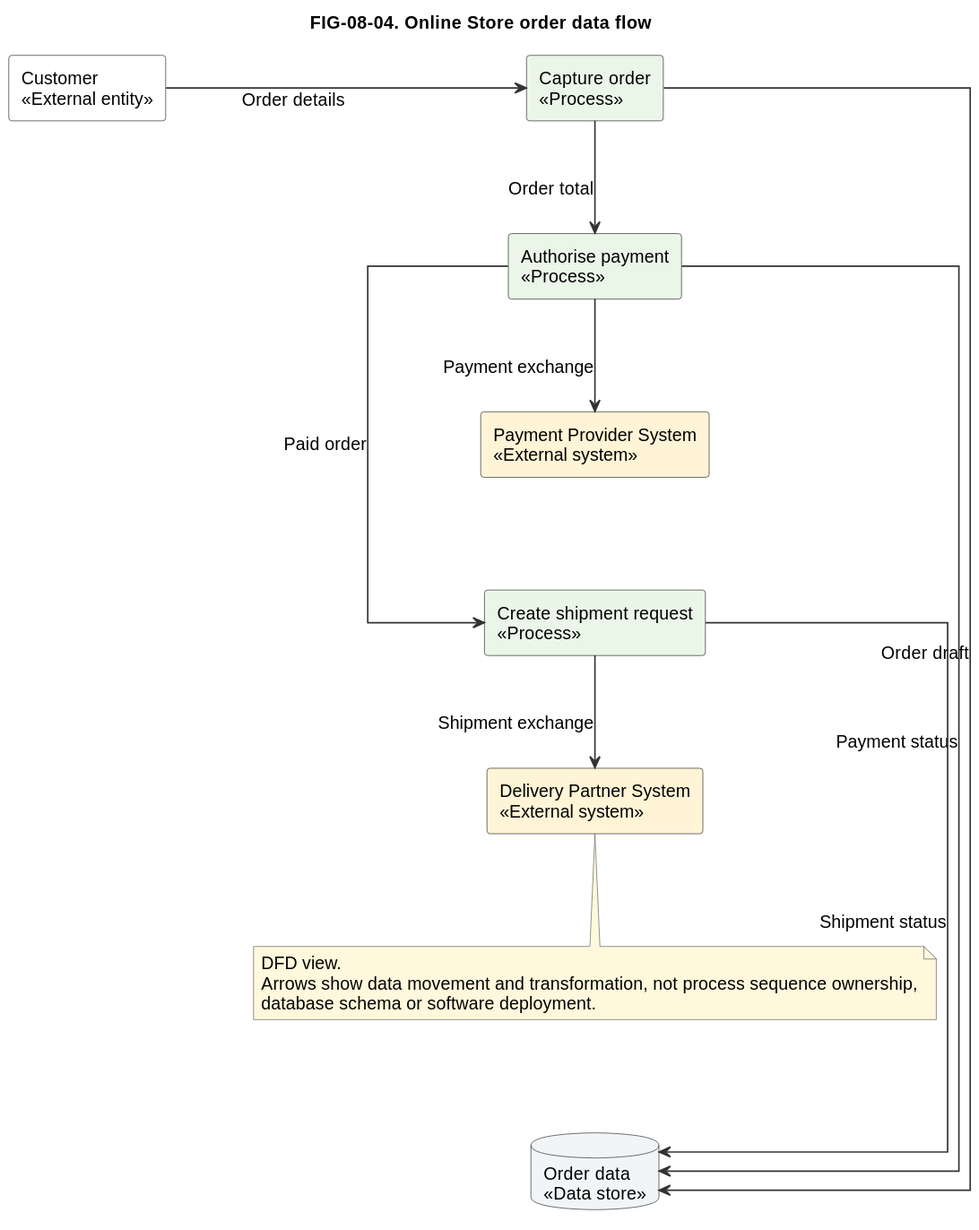
Above: diagrams/exported/svg/FIG-08-04-online-store-order-data-flow.svg in nishikanttiwari01/Architecture_Modelling (PlantUML), before the change.
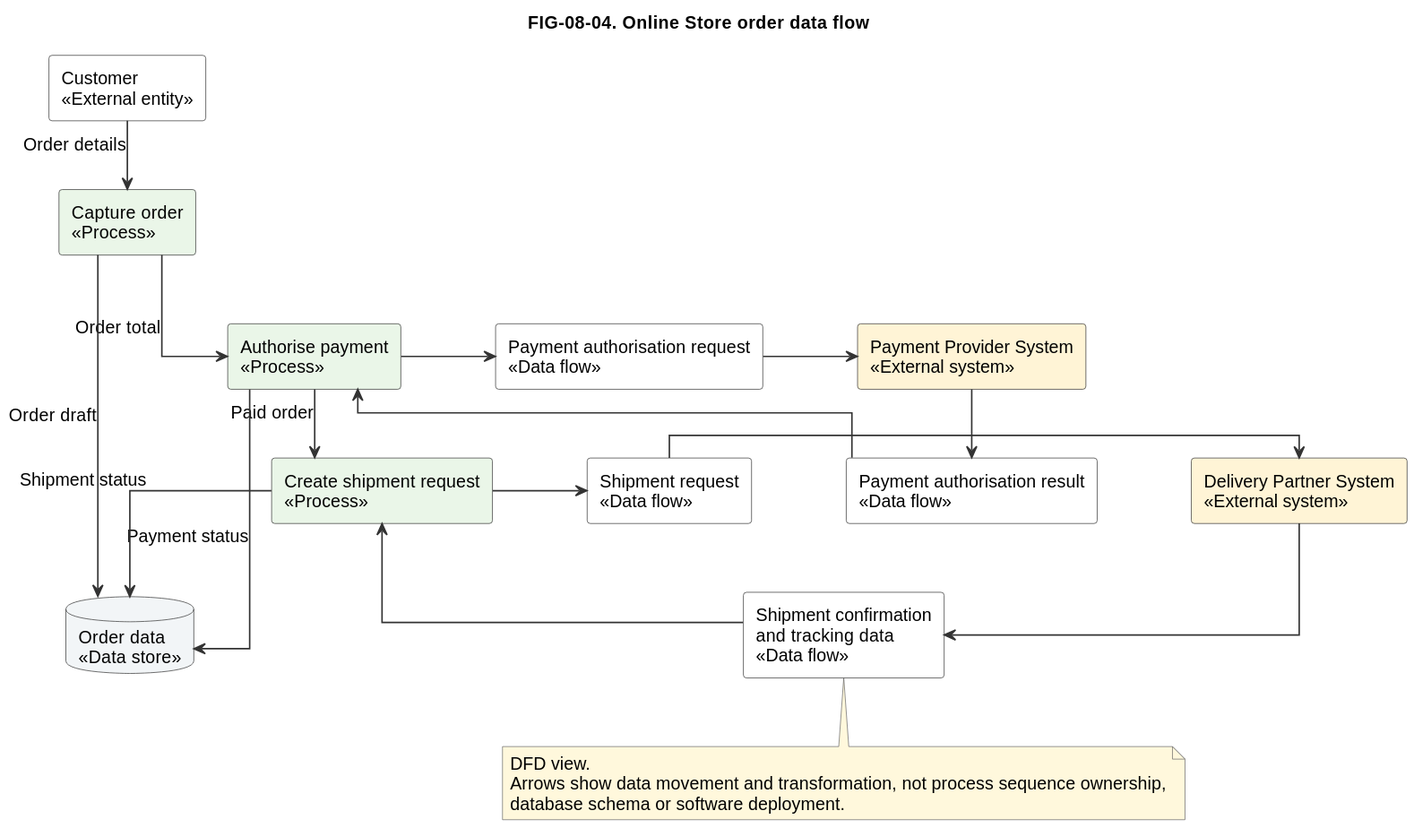
After the change.

What changed in the source:
```diff
@@ -1,12 +1,12 @@
 @startuml
 !include ../../styles/plantuml-theme.puml
 
-left to right direction
+top to bottom direction
 title FIG-08-04. Online Store order data flow
 
 skinparam linetype ortho
-skinparam nodesep 90
-skinparam ranksep 70
+skinparam nodesep 75
+skinparam ranksep 55
 
 rectangle "Customer\n<<External entity>>" as Customer #FFFFFF
 rectangle "Capture order\n<<Process>>" as Capture #EAF6E8
@@ -15,16 +15,28 @@
 database "Order data\n<<Data store>>" as OrderStore #F2F5F7
 rectangle "Payment Provider System\n<<External system>>" as PaymentProvider #FFF4D6
 rectangle "Delivery Partner System\n<<External system>>" as DeliveryPartner #FFF4D6
+rectangle "Payment authorisation request\n<<Data flow>>" as PaymentRequest #FFFFFF
+rectangle "Payment authorisation result\n<<Data flow>>" as PaymentResult #FFFFFF
+rectangle "Shipment request\n<<Data flow>>" as ShipmentRequest #FFFFFF
+rectangle "Shipment confirmation\nand tracking data\n<<Data flow>>" as ShipmentConfirmation #FFFFFF
 
 Customer --> Capture : Order details
-Capture -right-> PaymentProcess : Order total
-PaymentProcess -right-> ShipmentProcess : Paid order
+Capture --> PaymentProcess : Order total
+PaymentProcess --> ShipmentProcess : Paid order
 
-Capture -right-> OrderStore : Order draft
-PaymentProcess -right-> PaymentProvider : Payment exchange
-PaymentProcess -right-> OrderStore : Payment status
-ShipmentProcess -right-> DeliveryPartner : Shipment exchange
-ShipmentProcess -right-> OrderStore : Shipment status
+PaymentProcess -right-> PaymentRequest
+PaymentRequest -right-> PaymentProvider
+PaymentProvider -down-> PaymentResult
+PaymentResult -left-> PaymentProcess
+
+ShipmentProcess -right-> ShipmentRequest
+ShipmentRequest -right-> DeliveryPartner
+DeliveryPartner -down-> ShipmentConfirmation
+ShipmentConfirmation -left-> ShipmentProcess
+
+Capture --> OrderStore : Order draft
+PaymentProcess --> OrderStore : Payment status
+ShipmentProcess --> OrderStore : Shipment status
 
 note bottom
   DFD view.
```
